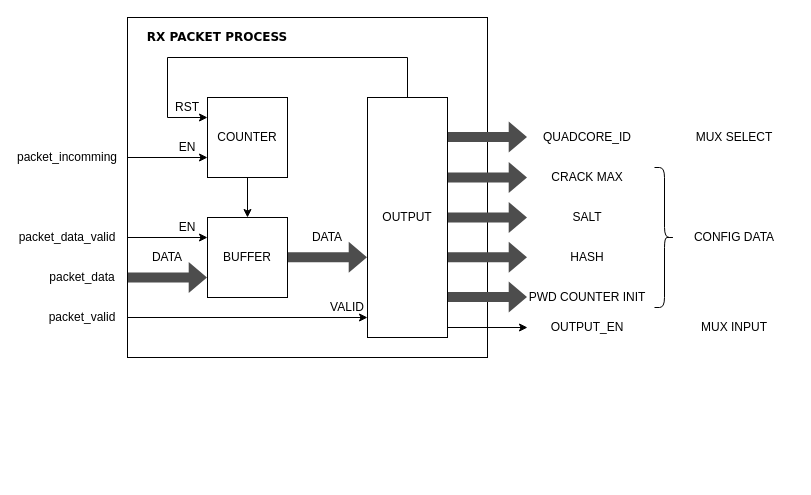
Above: page "rx_packet_process" (5 of 5) of assets/drawio/communication_protocol.drawio in Djokzer/fpga_bruteforce_attack (draw.io), before the change. Source tidied: cells renumbered, new cells numbered last; positions are measured from the earlier drawing's top-left corner, leaving out a move shared by most shapes. Both pictures are drawn from the tidied source at 100%, with x=0, y=0 at pixel (17, 17).
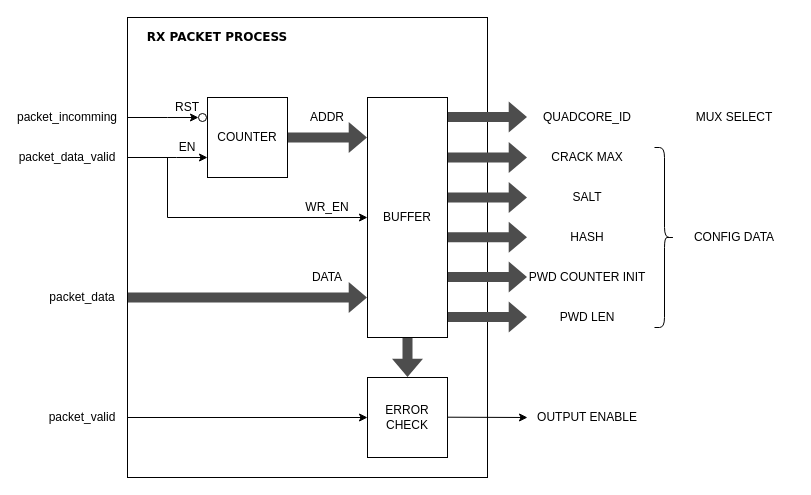
The same page after the edit.

Commit message (it also covers changes not shown here):
small fix and modified rx process schematics

Unchanged cells that the change refers to:
```xml
<mxCell id="5" value="COUNTER" style="rounded=0;whiteSpace=wrap;html=1;" parent="1" vertex="1">
  <mxGeometry x="190" y="80" width="80" height="80" as="geometry" />
</mxCell>
<mxCell id="12" value="RST" style="rounded=0;whiteSpace=wrap;html=1;fillColor=none;strokeColor=none;" parent="1" vertex="1">
  <mxGeometry x="150" y="80" width="40" height="20" as="geometry" />
</mxCell>
```

What changed in the source:
```diff
@@
     <mxCell id="2" style="rounded=0;whiteSpace=wrap;html=1;" parent="1" vertex="1">
-      <mxGeometry x="110" width="360" height="340" as="geometry" />
+      <mxGeometry x="110" width="360" height="460" as="geometry" />
     </mxCell>
-    <mxCell id="3" value="&lt;div&gt;BUFFER&lt;/div&gt;" style="rounded=0;whiteSpace=wrap;html=1;" parent="1" vertex="1">
-      <mxGeometry x="190" y="200" width="80" height="80" as="geometry" />
-    </mxCell>
-    <mxCell id="4" style="edgeStyle=orthogonalEdgeStyle;rounded=0;jettySize=auto;html=1;entryX=0.5;entryY=0;entryDx=0;entryDy=0;" parent="1" edge="1" source="5" target="3">
-      <mxGeometry relative="1" as="geometry" />
-    </mxCell>
@@
-    <mxCell id="6" style="endArrow=classic;html=1;rounded=0;entryX=0;entryY=0.25;entryDx=0;entryDy=0;" parent="1" edge="1" target="3">
+    <mxCell id="6" style="endArrow=classic;html=1;rounded=0;entryX=0;entryY=0.5;entryDx=0;entryDy=0;" parent="1" edge="1" target="9">
       <mxGeometry relative="1" as="geometry">
-        <mxPoint x="110" y="220" as="sourcePoint" />
+        <mxPoint x="150" y="140" as="sourcePoint" />
+        <Array as="points">
+          <mxPoint x="150" y="200" />
+        </Array>
       </mxGeometry>
     </mxCell>
-    <mxCell id="7" style="endArrow=classic;html=1;rounded=0;entryX=0;entryY=0.75;entryDx=0;entryDy=0;" parent="1" edge="1" target="5">
-      <mxGeometry relative="1" as="geometry">
-        <mxPoint x="110" y="140" as="sourcePoint" />
-      </mxGeometry>
-    </mxCell>
-    <mxCell id="8" style="endArrow=classic;html=1;rounded=0;entryX=1;entryY=1;entryDx=0;entryDy=0;exitX=0.5;exitY=0;exitDx=0;exitDy=0;" parent="1" edge="1" source="9" target="12">
-      <mxGeometry relative="1" as="geometry">
-        <Array as="points">
-          <mxPoint x="390" y="40" />
-          <mxPoint x="150" y="40" />
-          <mxPoint x="150" y="100" />
-        </Array>
-      </mxGeometry>
-    </mxCell>
-    <mxCell id="9" value="OUTPUT" style="rounded=0;whiteSpace=wrap;html=1;" parent="1" vertex="1">
+    <mxCell id="9" value="BUFFER" style="rounded=0;whiteSpace=wrap;html=1;" parent="1" vertex="1">
       <mxGeometry x="350" y="80" width="80" height="240" as="geometry" />
     </mxCell>
-    <mxCell id="10" style="shape=flexArrow;endArrow=classic;html=1;rounded=0;entryX=0;entryY=0.75;entryDx=0;entryDy=0;fillColor=#4D4D4D;strokeColor=none;shadow=0;strokeWidth=1;width=10;endSize=5.761904761904762;" parent="1" edge="1">
-      <mxGeometry relative="1" as="geometry">
-        <mxPoint x="270" y="239.8" as="sourcePoint" />
-        <mxPoint x="350" y="239.8" as="targetPoint" />
-      </mxGeometry>
-    </mxCell>
     <mxCell id="11" style="shape=flexArrow;endArrow=classic;html=1;rounded=0;entryX=0;entryY=0.75;entryDx=0;entryDy=0;fillColor=#4D4D4D;strokeColor=none;shadow=0;strokeWidth=1;width=10;endSize=5.761904761904762;" parent="1" edge="1">
       <mxGeometry relative="1" as="geometry">
-        <mxPoint x="110" y="260" as="sourcePoint" />
-        <mxPoint x="190" y="260" as="targetPoint" />
+        <mxPoint x="110" y="280" as="sourcePoint" />
+        <mxPoint x="350" y="280" as="targetPoint" />
       </mxGeometry>
     </mxCell>
@@
-    <mxCell id="14" value="EN" style="rounded=0;whiteSpace=wrap;html=1;fillColor=none;strokeColor=none;" parent="1" vertex="1">
-      <mxGeometry x="150" y="200" width="40" height="20" as="geometry" />
+    <mxCell id="14" value="WR_EN" style="rounded=0;whiteSpace=wrap;html=1;fillColor=none;strokeColor=none;" parent="1" vertex="1">
+      <mxGeometry x="270" y="180" width="80" height="20" as="geometry" />
     </mxCell>
     <mxCell id="15" value="DATA" style="rounded=0;whiteSpace=wrap;html=1;fillColor=none;strokeColor=none;" parent="1" vertex="1">
-      <mxGeometry x="130" y="230" width="40" height="20" as="geometry" />
+      <mxGeometry x="270" y="250" width="80" height="20" as="geometry" />
     </mxCell>
-    <mxCell id="16" value="DATA" style="rounded=0;whiteSpace=wrap;html=1;fillColor=none;strokeColor=none;" parent="1" vertex="1">
-      <mxGeometry x="290" y="210" width="40" height="20" as="geometry" />
-    </mxCell>
     <mxCell id="17" style="endArrow=classic;html=1;rounded=0;entryX=0;entryY=0.75;entryDx=0;entryDy=0;" parent="1" edge="1">
       <mxGeometry relative="1" as="geometry">
-        <mxPoint x="110" y="300" as="sourcePoint" />
-        <mxPoint x="350" y="300" as="targetPoint" />
+        <mxPoint x="110" y="400" as="sourcePoint" />
+        <mxPoint x="350" y="400" as="targetPoint" />
       </mxGeometry>
     </mxCell>
-    <mxCell id="18" value="VALID" style="rounded=0;whiteSpace=wrap;html=1;fillColor=none;strokeColor=none;" parent="1" vertex="1">
-      <mxGeometry x="310" y="280" width="40" height="20" as="geometry" />
-    </mxCell>
     <mxCell id="19" style="shape=flexArrow;endArrow=classic;html=1;rounded=0;entryX=0;entryY=0.75;entryDx=0;entryDy=0;fillColor=#4D4D4D;strokeColor=none;shadow=0;strokeWidth=1;width=10;endSize=5.761904761904762;" parent="1" edge="1">
       <mxGeometry relative="1" as="geometry">
-        <mxPoint x="430" y="119.5" as="sourcePoint" />
-        <mxPoint x="510" y="119.5" as="targetPoint" />
+        <mxPoint x="430" y="99.5" as="sourcePoint" />
+        <mxPoint x="510" y="99.5" as="targetPoint" />
       </mxGeometry>
     </mxCell>
     <mxCell id="20" style="shape=flexArrow;endArrow=classic;html=1;rounded=0;entryX=0;entryY=0.75;entryDx=0;entryDy=0;fillColor=#4D4D4D;strokeColor=none;shadow=0;strokeWidth=1;width=10;endSize=5.761904761904762;" parent="1" edge="1">
       <mxGeometry relative="1" as="geometry">
-        <mxPoint x="430" y="160" as="sourcePoint" />
-        <mxPoint x="510" y="160" as="targetPoint" />
+        <mxPoint x="430" y="140" as="sourcePoint" />
+        <mxPoint x="510" y="140" as="targetPoint" />
       </mxGeometry>
     </mxCell>
     <mxCell id="21" style="shape=flexArrow;endArrow=classic;html=1;rounded=0;entryX=0;entryY=0.75;entryDx=0;entryDy=0;fillColor=#4D4D4D;strokeColor=none;shadow=0;strokeWidth=1;width=10;endSize=5.761904761904762;" parent="1" edge="1">
       <mxGeometry relative="1" as="geometry">
-        <mxPoint x="430" y="200" as="sourcePoint" />
-        <mxPoint x="510" y="200" as="targetPoint" />
+        <mxPoint x="430" y="180" as="sourcePoint" />
+        <mxPoint x="510" y="180" as="targetPoint" />
       </mxGeometry>
     </mxCell>
     <mxCell id="22" style="shape=flexArrow;endArrow=classic;html=1;rounded=0;entryX=0;entryY=0.75;entryDx=0;entryDy=0;fillColor=#4D4D4D;strokeColor=none;shadow=0;strokeWidth=1;width=10;endSize=5.761904761904762;" parent="1" edge="1">
       <mxGeometry relative="1" as="geometry">
-        <mxPoint x="430" y="239.8" as="sourcePoint" />
-        <mxPoint x="510" y="239.8" as="targetPoint" />
+        <mxPoint x="430" y="219.8" as="sourcePoint" />
+        <mxPoint x="510" y="219.8" as="targetPoint" />
       </mxGeometry>
     </mxCell>
     <mxCell id="23" style="shape=flexArrow;endArrow=classic;html=1;rounded=0;entryX=0;entryY=0.75;entryDx=0;entryDy=0;fillColor=#4D4D4D;strokeColor=none;shadow=0;strokeWidth=1;width=10;endSize=5.761904761904762;" parent="1" edge="1">
       <mxGeometry relative="1" as="geometry">
-        <mxPoint x="430" y="279.5" as="sourcePoint" />
-        <mxPoint x="510" y="279.5" as="targetPoint" />
+        <mxPoint x="430" y="259.5" as="sourcePoint" />
+        <mxPoint x="510" y="259.5" as="targetPoint" />
       </mxGeometry>
     </mxCell>
     <mxCell id="24" value="packet_data" style="rounded=0;whiteSpace=wrap;html=1;fillColor=none;strokeColor=none;" parent="1" vertex="1">
-      <mxGeometry x="30" y="250" width="70" height="20" as="geometry" />
+      <mxGeometry x="30" y="270" width="70" height="20" as="geometry" />
     </mxCell>
     <mxCell id="25" value="packet_valid" style="rounded=0;whiteSpace=wrap;html=1;fillColor=none;strokeColor=none;" parent="1" vertex="1">
-      <mxGeometry x="30" y="290" width="70" height="20" as="geometry" />
+      <mxGeometry x="30" y="390" width="70" height="20" as="geometry" />
     </mxCell>
     <mxCell id="26" value="packet_data_valid" style="rounded=0;whiteSpace=wrap;html=1;fillColor=none;strokeColor=none;" parent="1" vertex="1">
-      <mxGeometry y="210" width="100" height="20" as="geometry" />
+      <mxGeometry y="130" width="100" height="20" as="geometry" />
     </mxCell>
     <mxCell id="27" value="packet_incomming" style="rounded=0;whiteSpace=wrap;html=1;fillColor=none;strokeColor=none;" parent="1" vertex="1">
-      <mxGeometry y="130" width="100" height="20" as="geometry" />
+      <mxGeometry y="90" width="100" height="20" as="geometry" />
     </mxCell>
     <mxCell id="28" value="QUADCORE_ID" style="rounded=0;whiteSpace=wrap;html=1;fillColor=none;strokeColor=none;" parent="1" vertex="1">
-      <mxGeometry x="515" y="110" width="110" height="20" as="geometry" />
+      <mxGeometry x="515" y="90" width="110" height="20" as="geometry" />
     </mxCell>
     <mxCell id="29" value="CRACK MAX" style="rounded=0;whiteSpace=wrap;html=1;fillColor=none;strokeColor=none;" parent="1" vertex="1">
-      <mxGeometry x="515" y="150" width="110" height="20" as="geometry" />
+      <mxGeometry x="515" y="130" width="110" height="20" as="geometry" />
     </mxCell>
     <mxCell id="30" value="SALT" style="rounded=0;whiteSpace=wrap;html=1;fillColor=none;strokeColor=none;" parent="1" vertex="1">
-      <mxGeometry x="515" y="190" width="110" height="20" as="geometry" />
+      <mxGeometry x="515" y="170" width="110" height="20" as="geometry" />
     </mxCell>
     <mxCell id="31" value="HASH" style="rounded=0;whiteSpace=wrap;html=1;fillColor=none;strokeColor=none;" parent="1" vertex="1">
-      <mxGeometry x="515" y="230" width="110" height="20" as="geometry" />
+      <mxGeometry x="515" y="210" width="110" height="20" as="geometry" />
     </mxCell>
     <mxCell id="32" value="PWD COUNTER INIT" style="rounded=0;whiteSpace=wrap;html=1;fillColor=none;strokeColor=none;" parent="1" vertex="1">
-      <mxGeometry x="510" y="270" width="120" height="20" as="geometry" />
+      <mxGeometry x="510" y="250" width="120" height="20" as="geometry" />
     </mxCell>
@@
-    <mxCell id="34" style="endArrow=classic;html=1;rounded=0;" parent="1" edge="1">
-      <mxGeometry relative="1" as="geometry">
-        <mxPoint x="430" y="310" as="sourcePoint" />
-        <mxPoint x="510" y="310" as="targetPoint" />
-      </mxGeometry>
-    </mxCell>
-    <mxCell id="35" value="OUTPUT_EN" style="rounded=0;whiteSpace=wrap;html=1;fillColor=none;strokeColor=none;" parent="1" vertex="1">
-      <mxGeometry x="510" y="300" width="120" height="20" as="geometry" />
+    <mxCell id="35" value="PWD LEN" style="rounded=0;whiteSpace=wrap;html=1;fillColor=none;strokeColor=none;" parent="1" vertex="1">
+      <mxGeometry x="510" y="290" width="120" height="20" as="geometry" />
     </mxCell>
     <mxCell id="36" style="shape=curlyBracket;whiteSpace=wrap;html=1;rounded=1;flipH=1;labelPosition=right;verticalLabelPosition=middle;align=left;verticalAlign=middle;" parent="1" vertex="1">
-      <mxGeometry x="637" y="150" width="20" height="140" as="geometry" />
+      <mxGeometry x="637" y="130" width="20" height="180" as="geometry" />
     </mxCell>
@@
     <mxCell id="38" value="MUX SELECT" style="rounded=0;whiteSpace=wrap;html=1;fillColor=none;strokeColor=none;" parent="1" vertex="1">
-      <mxGeometry x="657" y="110" width="120" height="20" as="geometry" />
+      <mxGeometry x="657" y="90" width="120" height="20" as="geometry" />
     </mxCell>
-    <mxCell id="39" value="MUX INPUT" style="rounded=0;whiteSpace=wrap;html=1;fillColor=none;strokeColor=none;" parent="1" vertex="1">
-      <mxGeometry x="672" y="300" width="90" height="20" as="geometry" />
-    </mxCell>
+    <mxCell id="40" style="endArrow=classic;html=1;rounded=0;entryX=0.1;entryY=0.5;entryDx=0;entryDy=0;entryPerimeter=0;" parent="1" edge="1" target="41">
+      <mxGeometry relative="1" as="geometry">
+        <mxPoint x="110" y="100" as="sourcePoint" />
+        <Array as="points">
+          <mxPoint x="150" y="100" />
+        </Array>
+      </mxGeometry>
+    </mxCell>
+    <mxCell id="41" style="verticalLabelPosition=bottom;shadow=0;dashed=0;align=center;html=1;verticalAlign=top;shape=mxgraph.electrical.logic_gates.inverting_contact;" parent="1" vertex="1">
+      <mxGeometry x="180" y="95" width="10" height="10" as="geometry" />
+    </mxCell>
+    <mxCell id="42" style="endArrow=classic;html=1;rounded=0;entryX=0.1;entryY=0.5;entryDx=0;entryDy=0;entryPerimeter=0;" parent="1" edge="1">
+      <mxGeometry relative="1" as="geometry">
+        <mxPoint x="110" y="140" as="sourcePoint" />
+        <mxPoint x="190" y="140" as="targetPoint" />
+        <Array as="points">
+          <mxPoint x="159" y="140" />
+        </Array>
+      </mxGeometry>
+    </mxCell>
+    <mxCell id="43" value="ADDR" style="rounded=0;whiteSpace=wrap;html=1;fillColor=none;strokeColor=none;" parent="1" vertex="1">
+      <mxGeometry x="270" y="90" width="80" height="20" as="geometry" />
+    </mxCell>
+    <mxCell id="44" style="shape=flexArrow;endArrow=classic;html=1;rounded=0;fillColor=#4D4D4D;strokeColor=none;shadow=0;strokeWidth=1;width=10;endSize=5.761904761904762;exitX=1;exitY=0.5;exitDx=0;exitDy=0;" parent="1" edge="1" source="5">
+      <mxGeometry relative="1" as="geometry">
+        <mxPoint x="350" y="120" as="targetPoint" />
+      </mxGeometry>
+    </mxCell>
+    <mxCell id="45" style="shape=flexArrow;endArrow=classic;html=1;rounded=0;entryX=0;entryY=0.75;entryDx=0;entryDy=0;fillColor=#4D4D4D;strokeColor=none;shadow=0;strokeWidth=1;width=10;endSize=5.761904761904762;" parent="1" edge="1">
+      <mxGeometry relative="1" as="geometry">
+        <mxPoint x="430" y="299.4" as="sourcePoint" />
+        <mxPoint x="510" y="299.4" as="targetPoint" />
+      </mxGeometry>
+    </mxCell>
+    <mxCell id="46" value="ERROR&lt;div&gt;CHECK&lt;/div&gt;" style="rounded=0;whiteSpace=wrap;html=1;" parent="1" vertex="1">
+      <mxGeometry x="350" y="360" width="80" height="80" as="geometry" />
+    </mxCell>
+    <mxCell id="47" style="shape=flexArrow;endArrow=classic;html=1;rounded=0;entryX=0.5;entryY=0;entryDx=0;entryDy=0;fillColor=#4D4D4D;strokeColor=none;shadow=0;strokeWidth=1;width=10;endSize=5.761904761904762;exitX=0.5;exitY=1;exitDx=0;exitDy=0;" parent="1" edge="1" source="9" target="46">
+      <mxGeometry relative="1" as="geometry" />
+    </mxCell>
+    <mxCell id="48" style="endArrow=classic;html=1;rounded=0;" parent="1" edge="1">
+      <mxGeometry relative="1" as="geometry">
+        <mxPoint x="430" y="399.7" as="sourcePoint" />
+        <mxPoint x="510" y="400" as="targetPoint" />
+      </mxGeometry>
+    </mxCell>
+    <mxCell id="49" value="OUTPUT ENABLE" style="rounded=0;whiteSpace=wrap;html=1;fillColor=none;strokeColor=none;" parent="1" vertex="1">
+      <mxGeometry x="510" y="390" width="120" height="20" as="geometry" />
+    </mxCell>
```
